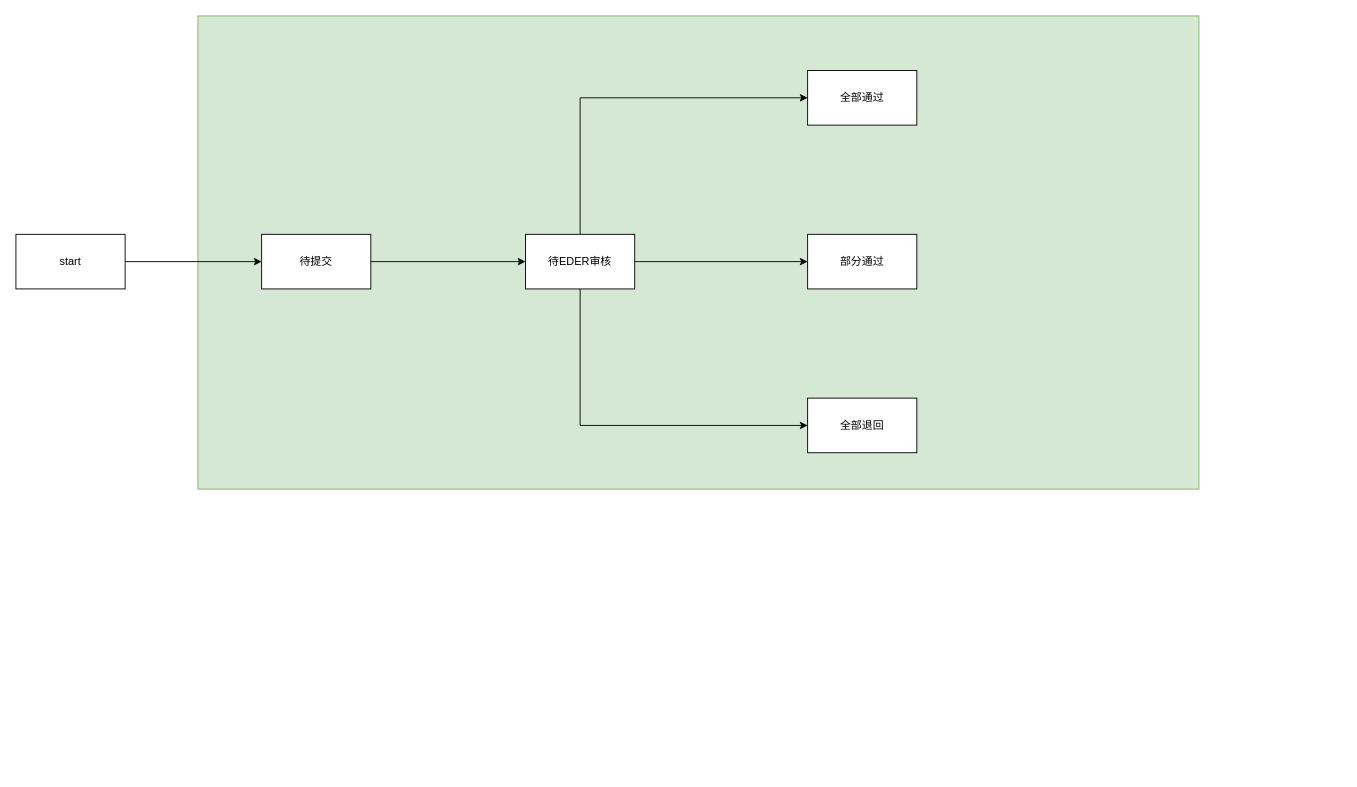
The draw.io diagram 回收委托单事件设计.drawio in 1132489442/designer, before the edit. Source tidied: cells renumbered, new cells numbered last; positions are measured from the earlier drawing's top-left corner, leaving out a move shared by most shapes. Both pictures are drawn from the tidied source at 91%, with x=0, y=0 at pixel (15, 15).
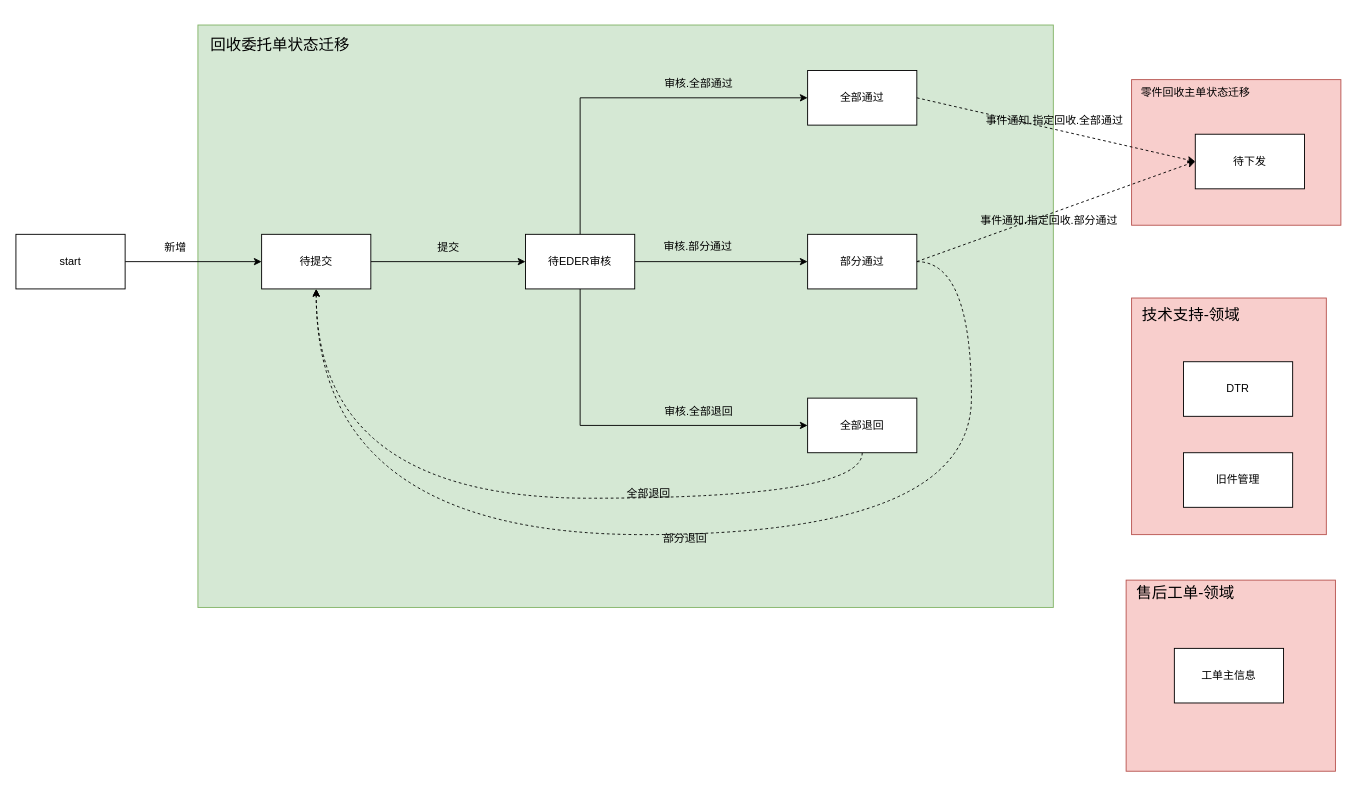
The same page after the edit.

Commit message (it also covers changes not shown here):
更新回收委托单事件设计.drawio

The change refers to these unchanged cells:
```xml
<mxCell id="8" value="&lt;span style=&quot;font-size: 12px;&quot;&gt;待提交&lt;/span&gt;" style="rounded=0;whiteSpace=wrap;html=1;" parent="1" vertex="1">
  <mxGeometry x="270" y="240" width="120" height="60" as="geometry" />
</mxCell>
<mxCell id="9" value="&lt;span style=&quot;font-size: 12px;&quot;&gt;全部通过&lt;/span&gt;" style="rounded=0;whiteSpace=wrap;html=1;" parent="1" vertex="1">
  <mxGeometry x="870" y="60" width="120" height="60" as="geometry" />
</mxCell>
<mxCell id="10" value="&lt;span style=&quot;font-size: 12px;&quot;&gt;部分通过&lt;/span&gt;" style="rounded=0;whiteSpace=wrap;html=1;" parent="1" vertex="1">
  <mxGeometry x="870" y="240" width="120" height="60" as="geometry" />
</mxCell>
<mxCell id="11" value="&lt;span style=&quot;font-size: 12px;&quot;&gt;全部退回&lt;/span&gt;" style="rounded=0;whiteSpace=wrap;html=1;" parent="1" vertex="1">
  <mxGeometry x="870" y="420" width="120" height="60" as="geometry" />
</mxCell>
```

The edit, as a diff of the source:
```diff
@@
     <mxCell id="2" style="rounded=0;whiteSpace=wrap;html=1;fillColor=#d5e8d4;strokeColor=#82b366;" parent="1" vertex="1">
-      <mxGeometry x="200" width="1100" height="520" as="geometry" />
+      <mxGeometry x="200" y="10" width="940" height="640" as="geometry" />
     </mxCell>
@@
+    <mxCell id="14" style="edgeStyle=orthogonalEdgeStyle;rounded=0;jettySize=auto;html=1;exitX=1;exitY=0.5;exitDx=0;exitDy=0;entryX=0.5;entryY=1;entryDx=0;entryDy=0;dashed=1;curved=1;" parent="1" edge="1" source="10" target="8">
+      <mxGeometry relative="1" as="geometry">
+        <Array as="points">
+          <mxPoint x="1050" y="270" />
+          <mxPoint x="1050" y="570" />
+          <mxPoint x="330" y="570" />
+        </Array>
+      </mxGeometry>
+    </mxCell>
@@
+    <mxCell id="15" style="edgeStyle=orthogonalEdgeStyle;rounded=0;jettySize=auto;html=1;exitX=0.5;exitY=1;exitDx=0;exitDy=0;dashed=1;curved=1;" parent="1" edge="1" source="11">
+      <mxGeometry relative="1" as="geometry">
+        <mxPoint x="330" y="300" as="targetPoint" />
+        <Array as="points">
+          <mxPoint x="930" y="530" />
+          <mxPoint x="330" y="530" />
+        </Array>
+      </mxGeometry>
+    </mxCell>
@@
+    <mxCell id="16" value="新增" style="text;html=1;align=center;verticalAlign=middle;strokeColor=none;fillColor=none;" parent="1" vertex="1">
+      <mxGeometry x="150" y="240" width="50" height="30" as="geometry" />
+    </mxCell>
+    <mxCell id="17" value="提交" style="text;html=1;align=center;verticalAlign=middle;strokeColor=none;fillColor=none;" parent="1" vertex="1">
+      <mxGeometry x="450" y="240" width="50" height="30" as="geometry" />
+    </mxCell>
+    <mxCell id="18" value="审核.全部通过" style="text;html=1;align=center;verticalAlign=middle;strokeColor=none;fillColor=none;" parent="1" vertex="1">
+      <mxGeometry x="700" y="60" width="100" height="30" as="geometry" />
+    </mxCell>
+    <mxCell id="19" value="审核.部分通过" style="text;whiteSpace=wrap;" parent="1" vertex="1">
+      <mxGeometry x="710" y="240" width="110" height="40" as="geometry" />
+    </mxCell>
+    <mxCell id="20" value="审核.全部退回" style="text;html=1;align=center;verticalAlign=middle;strokeColor=none;fillColor=none;" parent="1" vertex="1">
+      <mxGeometry x="700" y="420" width="100" height="30" as="geometry" />
+    </mxCell>
+    <mxCell id="21" value="全部退回" style="text;html=1;align=center;verticalAlign=middle;strokeColor=none;fillColor=none;" parent="1" vertex="1">
+      <mxGeometry x="660" y="510" width="70" height="30" as="geometry" />
+    </mxCell>
+    <mxCell id="22" value="部分退回" style="text;html=1;align=center;verticalAlign=middle;strokeColor=none;fillColor=none;" parent="1" vertex="1">
+      <mxGeometry x="700" y="560" width="70" height="30" as="geometry" />
+    </mxCell>
+    <mxCell id="23" value="回收委托单状态迁移" style="text;html=1;align=center;verticalAlign=middle;strokeColor=none;fillColor=none;fontSize=17;" parent="1" vertex="1">
+      <mxGeometry x="200" y="18" width="180" height="30" as="geometry" />
+    </mxCell>
+    <mxCell id="24" style="rounded=0;whiteSpace=wrap;html=1;fillColor=#f8cecc;strokeColor=#b85450;" parent="1" vertex="1">
+      <mxGeometry x="1226" y="70" width="230" height="160" as="geometry" />
+    </mxCell>
+    <mxCell id="25" value="待下发" style="whiteSpace=wrap;html=1;" parent="1" vertex="1">
+      <mxGeometry x="1296" y="130" width="120" height="60" as="geometry" />
+    </mxCell>
+    <mxCell id="26" value="零件回收主单状态迁移" style="text;html=1;align=center;verticalAlign=middle;strokeColor=none;fillColor=none;" parent="1" vertex="1">
+      <mxGeometry x="1226" y="70" width="140" height="30" as="geometry" />
+    </mxCell>
+    <mxCell id="27" style="rounded=0;jettySize=auto;html=1;exitX=1;exitY=0.5;exitDx=0;exitDy=0;entryX=0;entryY=0.5;entryDx=0;entryDy=0;dashed=1;" parent="1" edge="1" source="9" target="25">
+      <mxGeometry relative="1" as="geometry" />
+    </mxCell>
+    <mxCell id="28" style="rounded=0;jettySize=auto;html=1;entryX=0;entryY=0.5;entryDx=0;entryDy=0;dashed=1;exitX=1;exitY=0.5;exitDx=0;exitDy=0;" parent="1" edge="1" source="10" target="25">
+      <mxGeometry relative="1" as="geometry" />
+    </mxCell>
+    <mxCell id="29" value="事件通知.指定回收.全部通过" style="text;html=1;align=center;verticalAlign=middle;strokeColor=none;fillColor=none;" parent="1" vertex="1">
+      <mxGeometry x="1056" y="100" width="170" height="30" as="geometry" />
+    </mxCell>
+    <mxCell id="30" value="事件通知.指定回收.部分通过" style="text;html=1;align=center;verticalAlign=middle;strokeColor=none;fillColor=none;" parent="1" vertex="1">
+      <mxGeometry x="1050" y="210" width="170" height="30" as="geometry" />
+    </mxCell>
+    <mxCell id="31" style="whiteSpace=wrap;html=1;fillColor=#f8cecc;strokeColor=#b85450;" parent="1" vertex="1">
+      <mxGeometry x="1226" y="310" width="214" height="260" as="geometry" />
+    </mxCell>
+    <mxCell id="32" value="DTR" style="whiteSpace=wrap;html=1;" parent="1" vertex="1">
+      <mxGeometry x="1283" y="380" width="120" height="60" as="geometry" />
+    </mxCell>
+    <mxCell id="33" value="旧件管理" style="whiteSpace=wrap;html=1;" parent="1" vertex="1">
+      <mxGeometry x="1283" y="480" width="120" height="60" as="geometry" />
+    </mxCell>
+    <mxCell id="34" value="技术支持-领域" style="text;html=1;align=center;verticalAlign=middle;strokeColor=none;fillColor=none;fontSize=17;" parent="1" vertex="1">
+      <mxGeometry x="1226" y="315" width="130" height="30" as="geometry" />
+    </mxCell>
+    <mxCell id="35" style="whiteSpace=wrap;html=1;fillColor=#f8cecc;strokeColor=#b85450;" parent="1" vertex="1">
+      <mxGeometry x="1220" y="620" width="230" height="210" as="geometry" />
+    </mxCell>
+    <mxCell id="36" value="售后工单-领域" style="text;html=1;align=center;verticalAlign=middle;strokeColor=none;fillColor=none;fontSize=17;" parent="1" vertex="1">
+      <mxGeometry x="1220" y="620" width="130" height="30" as="geometry" />
+    </mxCell>
+    <mxCell id="37" value="工单主信息" style="whiteSpace=wrap;html=1;" parent="1" vertex="1">
+      <mxGeometry x="1273" y="695" width="120" height="60" as="geometry" />
+    </mxCell>
```
